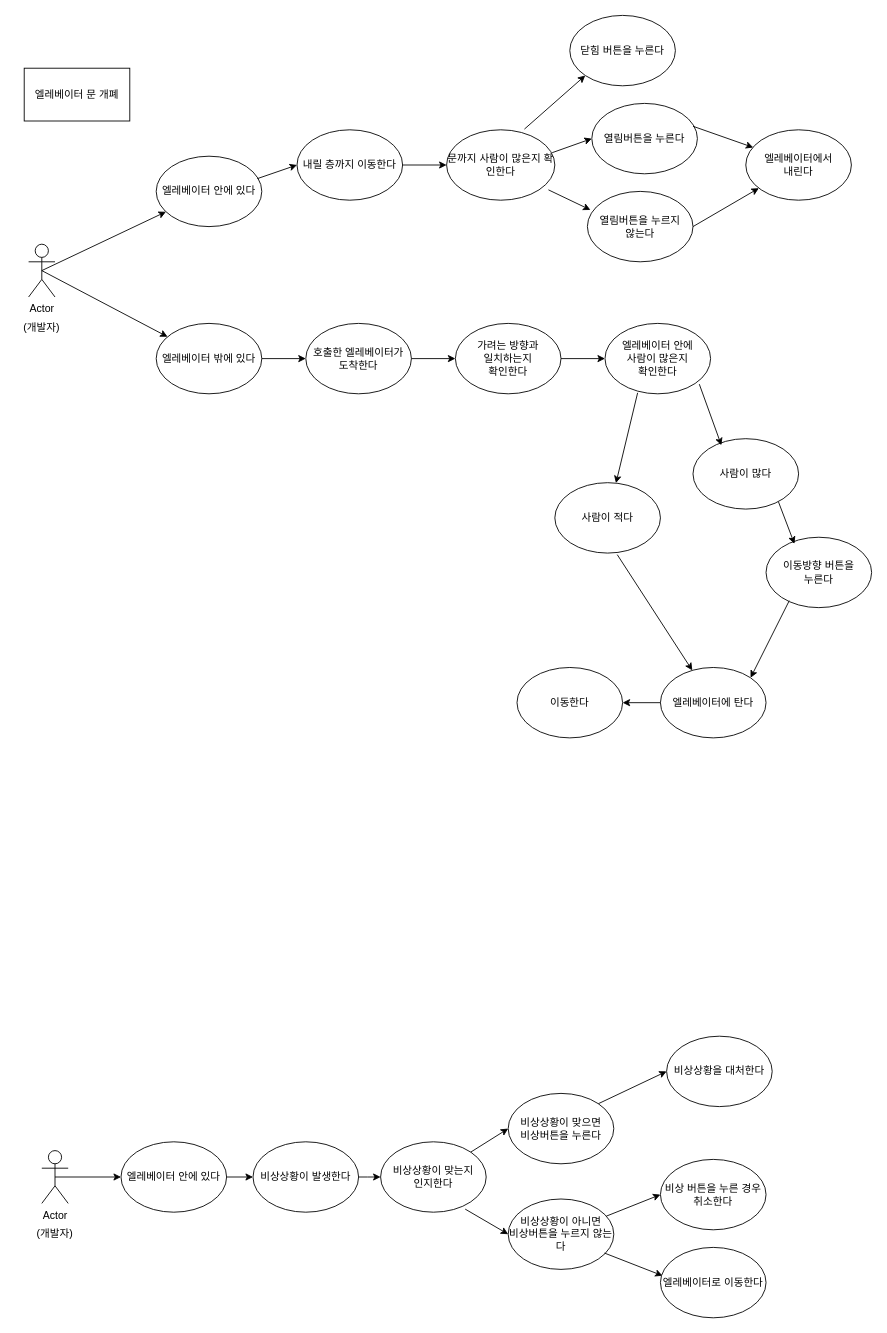
This is sdf.drawio from doit0/usecase-diagram, a draw.io file, before an edit. Source tidied: cells renumbered, new cells numbered last; positions are measured from the earlier drawing's top-left corner, leaving out a move shared by most shapes. Both pictures are drawn from the tidied source at 88%, with x=0, y=0 at pixel (15, 15).
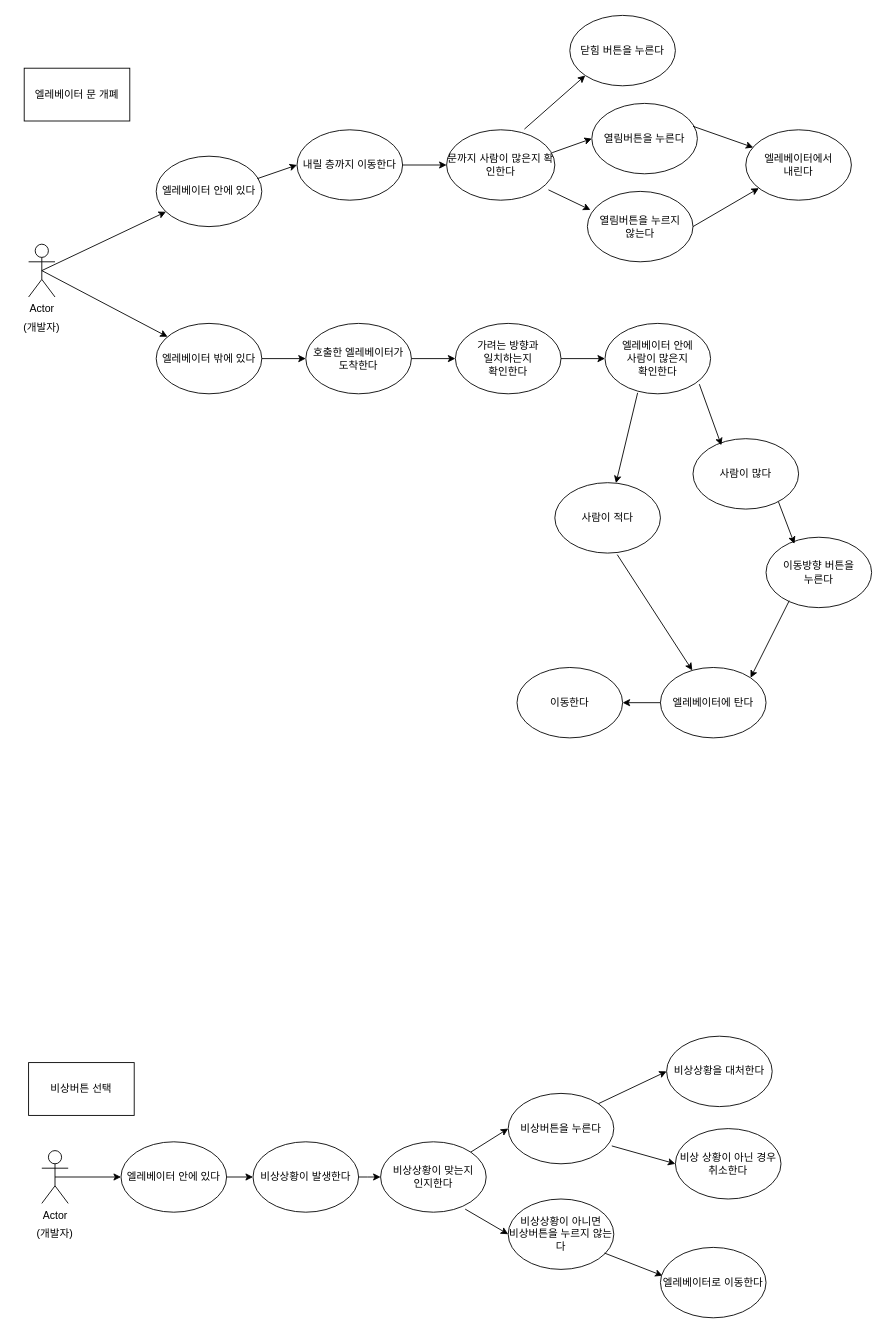
Above is the later version.

The change refers to these unchanged cells:
```xml
<mxCell id="49" value="비상상황이 아니면&lt;br&gt;비상버튼을 누르지 않는다" style="ellipse;whiteSpace=wrap;html=1;" parent="1" vertex="1">
  <mxGeometry x="560" y="1345" width="120" height="80" as="geometry" />
</mxCell>
```

What changed in the source:
```diff
@@
-    <mxCell id="47" value="비상상황이 맞으면&lt;br&gt;비상버튼을 누른다" style="ellipse;whiteSpace=wrap;html=1;" parent="1" vertex="1">
+    <mxCell id="47" value="비상버튼을 누른다" style="ellipse;whiteSpace=wrap;html=1;" parent="1" vertex="1">
       <mxGeometry x="560" y="1225" width="120" height="80" as="geometry" />
     </mxCell>
@@
-    <mxCell id="55" value="비상 버튼을 누른 경우&lt;br&gt;취소한다" style="ellipse;whiteSpace=wrap;html=1;" parent="1" vertex="1">
-      <mxGeometry x="733" y="1300" width="120" height="80" as="geometry" />
+    <mxCell id="55" value="비상 상황이 아닌 경우&lt;br&gt;취소한다" style="ellipse;whiteSpace=wrap;html=1;" parent="1" vertex="1">
+      <mxGeometry x="750" y="1265" width="120" height="80" as="geometry" />
     </mxCell>
-    <mxCell id="56" style="endArrow=classic;html=1;rounded=0;entryX=0;entryY=0.5;entryDx=0;entryDy=0;" parent="1" edge="1" source="49" target="55">
+    <mxCell id="56" style="endArrow=classic;html=1;rounded=0;entryX=0;entryY=0.5;entryDx=0;entryDy=0;exitX=0.981;exitY=0.746;exitDx=0;exitDy=0;exitPerimeter=0;" parent="1" edge="1" source="47" target="55">
       <mxGeometry relative="1" as="geometry" />
     </mxCell>
+    <mxCell id="57" value="비상버튼 선택" style="rounded=0;whiteSpace=wrap;html=1;" parent="1" vertex="1">
+      <mxGeometry x="15" y="1190" width="120" height="60" as="geometry" />
+    </mxCell>
```
